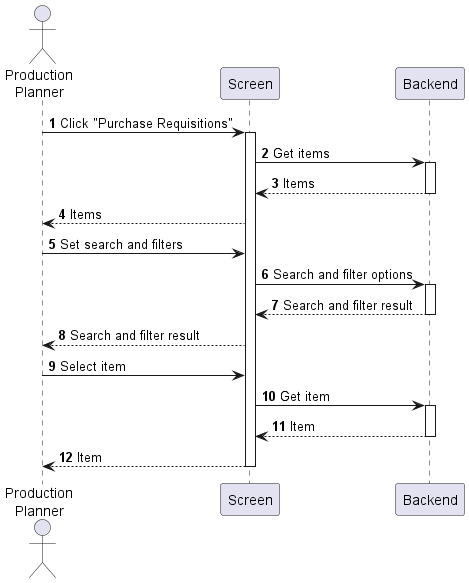
Before: sequences/purchase-requisition-view.png, a diagram exported from PlantUML (phihungha/scmss-reqs).
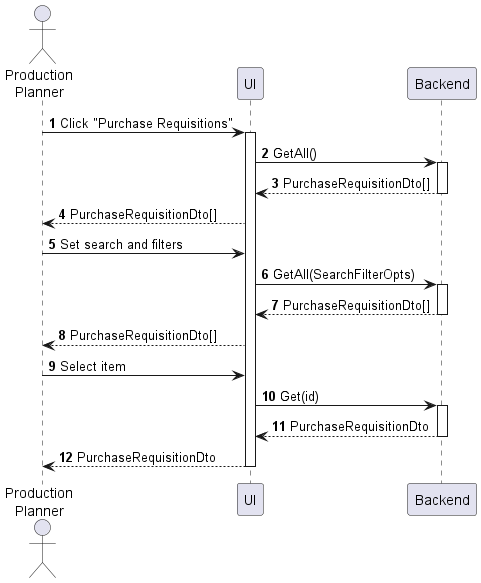
After the change.

The edit, as a diff of the source:
```diff
@@ -2,23 +2,23 @@
 autonumber
 
 actor "Production\nPlanner" as a
-participant Screen as f
+participant UI as f
 participant Backend as b
 
 a -> f : Click "Purchase Requisitions"
 activate f
-f -> b : Get items
+f -> b : GetAll()
 activate b
-return Items
-f --> a : Items
+return PurchaseRequisitionDto[]
+f --> a : PurchaseRequisitionDto[]
 a -> f : Set search and filters
-f -> b : Search and filter options
+f -> b : GetAll(SearchFilterOpts)
 activate b
-return Search and filter result
-f --> a : Search and filter result
+return PurchaseRequisitionDto[]
+f --> a : PurchaseRequisitionDto[]
 a -> f : Select item
-f -> b : Get item
+f -> b : Get(id)
 activate b
-return Item
-return Item
+return PurchaseRequisitionDto
+return PurchaseRequisitionDto
 @enduml
```
